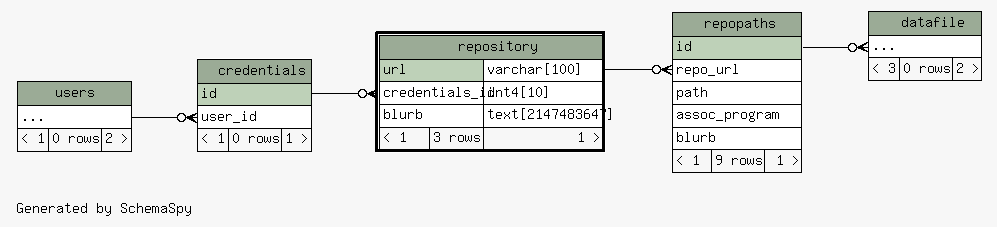
Before: database/ss/diagrams/repository.2degrees.png, a diagram exported from Graphviz (tgbugs/mlab). Its source is kept beside it as database/ss/diagrams/repository.2degrees.dot. Source of this version:
```dot
digraph "twoDegreesRelationshipsDiagram" {
  graph [
    rankdir="RL"
    bgcolor="#f7f7f7"
    label="\nGenerated by SchemaSpy"
    labeljust="l"
    nodesep="0.18"
    ranksep="0.46"
    fontname="Helvetica"
    fontsize="11"
  ];
  node [
    fontname="Helvetica"
    fontsize="11"
    shape="plaintext"
  ];
  edge [
    arrowsize="0.8"
  ];
  "credentials":"user_id":w -> "users":"elipses":e [arrowhead=none dir=back arrowtail=crowodot];
  "datafile":"elipses":w -> "repopaths":"id":e [arrowhead=none dir=back arrowtail=crowodot];
  "repopaths":"repo_url":w -> "repository":"url.type":e [arrowhead=none dir=back arrowtail=crowodot];
  "repository":"credentials_id":w -> "credentials":"id":e [arrowhead=none dir=back arrowtail=crowodot];
  "credentials" [
    label=<
    <TABLE BORDER="0" CELLBORDER="1" CELLSPACING="0" BGCOLOR="#ffffff">
      <TR><TD COLSPAN="3" BGCOLOR="#9bab96" ALIGN="CENTER">credentials</TD></TR>
      <TR><TD PORT="id" COLSPAN="3" BGCOLOR="#bed1b8" ALIGN="LEFT">id</TD></TR>
      <TR><TD PORT="user_id" COLSPAN="3" ALIGN="LEFT">user_id</TD></TR>
      <TR><TD ALIGN="LEFT" BGCOLOR="#f7f7f7">&lt; 1</TD><TD ALIGN="RIGHT" BGCOLOR="#f7f7f7">0 rows</TD><TD ALIGN="RIGHT" BGCOLOR="#f7f7f7">1 &gt;</TD></TR>
    </TABLE>>
    URL="credentials.html"
    tooltip="credentials"
  ];
  "datafile" [
    label=<
    <TABLE BORDER="0" CELLBORDER="1" CELLSPACING="0" BGCOLOR="#ffffff">
      <TR><TD COLSPAN="3" BGCOLOR="#9bab96" ALIGN="CENTER">datafile</TD></TR>
      <TR><TD PORT="elipses" COLSPAN="3" ALIGN="LEFT">...</TD></TR>
      <TR><TD ALIGN="LEFT" BGCOLOR="#f7f7f7">&lt; 3</TD><TD ALIGN="RIGHT" BGCOLOR="#f7f7f7">0 rows</TD><TD ALIGN="RIGHT" BGCOLOR="#f7f7f7">2 &gt;</TD></TR>
    </TABLE>>
    URL="datafile.html"
    tooltip="datafile"
  ];
  "repopaths" [
    label=<
    <TABLE BORDER="0" CELLBORDER="1" CELLSPACING="0" BGCOLOR="#ffffff">
      <TR><TD COLSPAN="3" BGCOLOR="#9bab96" ALIGN="CENTER">repopaths</TD></TR>
      <TR><TD PORT="id" COLSPAN="3" BGCOLOR="#bed1b8" ALIGN="LEFT">id</TD></TR>
      <TR><TD PORT="repo_url" COLSPAN="3" ALIGN="LEFT">repo_url</TD></TR>
      <TR><TD PORT="path" COLSPAN="3" ALIGN="LEFT">path</TD></TR>
      <TR><TD PORT="assoc_program" COLSPAN="3" ALIGN="LEFT">assoc_program</TD></TR>
      <TR><TD PORT="blurb" COLSPAN="3" ALIGN="LEFT">blurb</TD></TR>
      <TR><TD ALIGN="LEFT" BGCOLOR="#f7f7f7">&lt; 1</TD><TD ALIGN="RIGHT" BGCOLOR="#f7f7f7">9 rows</TD><TD ALIGN="RIGHT" BGCOLOR="#f7f7f7">1 &gt;</TD></TR>
    </TABLE>>
    URL="repopaths.html"
    tooltip="repopaths"
  ];
  "repository" [
    label=<
    <TABLE BORDER="2" CELLBORDER="1" CELLSPACING="0" BGCOLOR="#ffffff">
      <TR><TD COLSPAN="3" BGCOLOR="#9bab96" ALIGN="CENTER">repository</TD></TR>
      <TR><TD PORT="url" COLSPAN="2" BGCOLOR="#bed1b8" ALIGN="LEFT">url</TD><TD PORT="url.type" ALIGN="LEFT">varchar[100]</TD></TR>
      <TR><TD PORT="credentials_id" COLSPAN="2" ALIGN="LEFT">credentials_id</TD><TD PORT="credentials_id.type" ALIGN="LEFT">int4[10]</TD></TR>
      <TR><TD PORT="blurb" COLSPAN="2" ALIGN="LEFT">blurb</TD><TD PORT="blurb.type" ALIGN="LEFT">text[2147483647]</TD></TR>
      <TR><TD ALIGN="LEFT" BGCOLOR="#f7f7f7">&lt; 1</TD><TD ALIGN="RIGHT" BGCOLOR="#f7f7f7">3 rows</TD><TD ALIGN="RIGHT" BGCOLOR="#f7f7f7">1 &gt;</TD></TR>
    </TABLE>>
    URL="repository.html"
    tooltip="repository"
  ];
  "users" [
    label=<
    <TABLE BORDER="0" CELLBORDER="1" CELLSPACING="0" BGCOLOR="#ffffff">
      <TR><TD COLSPAN="3" BGCOLOR="#9bab96" ALIGN="CENTER">users</TD></TR>
      <TR><TD PORT="elipses" COLSPAN="3" ALIGN="LEFT">...</TD></TR>
      <TR><TD ALIGN="LEFT" BGCOLOR="#f7f7f7">&lt; 1</TD><TD ALIGN="RIGHT" BGCOLOR="#f7f7f7">0 rows</TD><TD ALIGN="RIGHT" BGCOLOR="#f7f7f7">2 &gt;</TD></TR>
    </TABLE>>
    URL="users.html"
    tooltip="users"
  ];
}
```
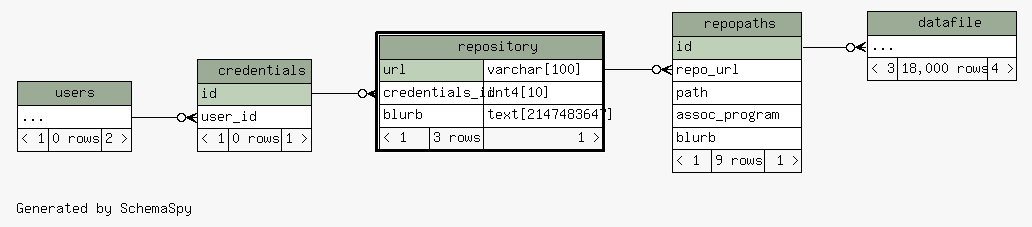
The same diagram one commit later.

What changed in the source:
```diff
@@ -37,7 +37,7 @@
     <TABLE BORDER="0" CELLBORDER="1" CELLSPACING="0" BGCOLOR="#ffffff">
       <TR><TD COLSPAN="3" BGCOLOR="#9bab96" ALIGN="CENTER">datafile</TD></TR>
       <TR><TD PORT="elipses" COLSPAN="3" ALIGN="LEFT">...</TD></TR>
-      <TR><TD ALIGN="LEFT" BGCOLOR="#f7f7f7">&lt; 3</TD><TD ALIGN="RIGHT" BGCOLOR="#f7f7f7">0 rows</TD><TD ALIGN="RIGHT" BGCOLOR="#f7f7f7">2 &gt;</TD></TR>
+      <TR><TD ALIGN="LEFT" BGCOLOR="#f7f7f7">&lt; 3</TD><TD ALIGN="RIGHT" BGCOLOR="#f7f7f7">18,000 rows</TD><TD ALIGN="RIGHT" BGCOLOR="#f7f7f7">4 &gt;</TD></TR>
     </TABLE>>
     URL="datafile.html"
     tooltip="datafile"
```
